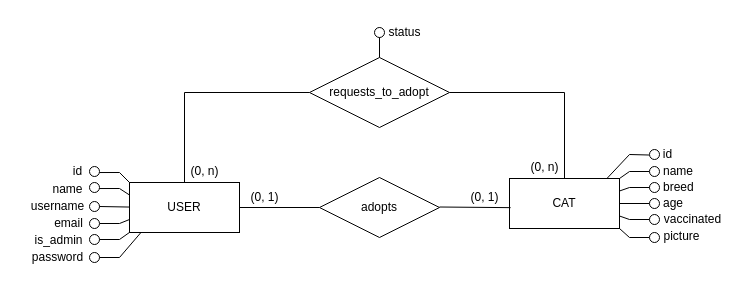
hdz-kevin/cat-adoptions keeps this draw.io diagram as docs/conceptual-db-design.drawio. Above is the earlier version. Source tidied: cells renumbered, new cells numbered last; positions are measured from the earlier drawing's top-left corner, leaving out a move shared by most shapes. Both pictures are drawn from the tidied source at 100%, with x=0, y=0 at pixel (17, 17).
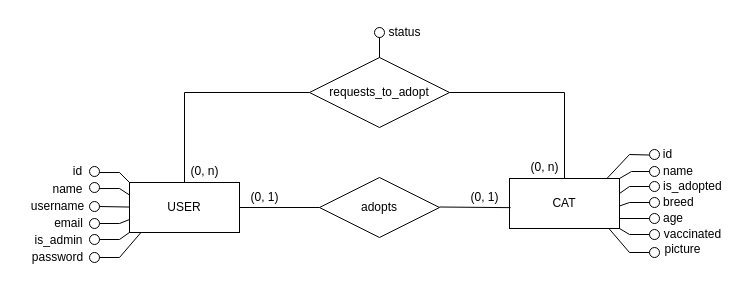
After the change.

Unchanged cells that the change refers to:
```xml
<mxCell id="19" value="CAT" style="rounded=0;whiteSpace=wrap;html=1;fillColor=none;" parent="1" vertex="1">
  <mxGeometry x="492" y="161" width="110" height="50" as="geometry" />
</mxCell>
<mxCell id="20" style="ellipse;whiteSpace=wrap;html=1;" parent="1" vertex="1">
  <mxGeometry x="632" y="149" width="10" height="10" as="geometry" />
</mxCell>
```

The edit, as a diff of the source:
```diff
@@
     <mxCell id="14" style="ellipse;whiteSpace=wrap;html=1;" parent="1" vertex="1">
-      <mxGeometry x="632" y="165" width="10" height="10" as="geometry" />
+      <mxGeometry x="632" y="180" width="10" height="10" as="geometry" />
     </mxCell>
-    <mxCell id="15" style="endArrow=none;html=1;rounded=0;exitX=1;exitY=0.25;exitDx=0;exitDy=0;entryX=0;entryY=0.5;entryDx=0;entryDy=0;" parent="1" edge="1" source="19" target="14">
+    <mxCell id="15" style="endArrow=none;html=1;rounded=0;exitX=1;exitY=0.25;exitDx=0;exitDy=0;entryX=0;entryY=0.5;entryDx=0;entryDy=0;" parent="1" edge="1" target="14">
       <mxGeometry relative="1" as="geometry">
+        <mxPoint x="602" y="188.5" as="sourcePoint" />
         <Array as="points">
-          <mxPoint x="612" y="170" />
+          <mxPoint x="612" y="185" />
         </Array>
       </mxGeometry>
     </mxCell>
-    <mxCell id="16" style="endArrow=none;html=1;rounded=0;exitX=1;exitY=0.75;exitDx=0;exitDy=0;entryX=0;entryY=0.5;entryDx=0;entryDy=0;" parent="1" edge="1" source="19" target="22">
+    <mxCell id="16" style="endArrow=none;html=1;rounded=0;exitX=1;exitY=1;exitDx=0;exitDy=0;entryX=0;entryY=0.5;entryDx=0;entryDy=0;" parent="1" edge="1" source="19" target="22">
       <mxGeometry relative="1" as="geometry">
         <Array as="points">
-          <mxPoint x="612" y="202" />
+          <mxPoint x="612" y="217" />
         </Array>
       </mxGeometry>
     </mxCell>
-    <mxCell id="17" style="endArrow=none;html=1;rounded=0;exitX=1;exitY=0.5;exitDx=0;exitDy=0;entryX=0;entryY=0.5;entryDx=0;entryDy=0;" parent="1" edge="1" source="19" target="21">
-      <mxGeometry relative="1" as="geometry" />
+    <mxCell id="17" style="endArrow=none;html=1;rounded=0;exitX=1;exitY=0.5;exitDx=0;exitDy=0;entryX=0;entryY=0.5;entryDx=0;entryDy=0;" parent="1" edge="1" target="21">
+      <mxGeometry relative="1" as="geometry">
+        <mxPoint x="602" y="201" as="sourcePoint" />
+      </mxGeometry>
     </mxCell>
-    <mxCell id="18" style="endArrow=none;html=1;rounded=0;exitX=0.985;exitY=0.713;exitDx=0;exitDy=0;exitPerimeter=0;entryX=0;entryY=0.5;entryDx=0;entryDy=0;" parent="1" edge="1" target="20">
+    <mxCell id="18" style="endArrow=none;html=1;rounded=0;exitX=0.985;exitY=0.713;exitDx=0;exitDy=0;exitPerimeter=0;entryX=0;entryY=0.5;entryDx=0;entryDy=0;" parent="1" edge="1">
       <mxGeometry relative="1" as="geometry">
-        <mxPoint x="602" y="161" as="sourcePoint" />
+        <mxPoint x="602" y="176" as="sourcePoint" />
+        <mxPoint x="632" y="169" as="targetPoint" />
         <Array as="points">
-          <mxPoint x="612" y="154" />
+          <mxPoint x="612" y="169" />
         </Array>
       </mxGeometry>
     </mxCell>
@@
     <mxCell id="21" style="ellipse;whiteSpace=wrap;html=1;" parent="1" vertex="1">
-      <mxGeometry x="632" y="181" width="10" height="10" as="geometry" />
+      <mxGeometry x="632" y="196" width="10" height="10" as="geometry" />
     </mxCell>
     <mxCell id="22" style="ellipse;whiteSpace=wrap;html=1;" parent="1" vertex="1">
-      <mxGeometry x="632" y="197" width="10" height="10" as="geometry" />
+      <mxGeometry x="632" y="212" width="10" height="10" as="geometry" />
     </mxCell>
@@
     <mxCell id="24" value="breed" style="text;html=1;align=left;verticalAlign=middle;strokeColor=none;fillColor=none;" parent="1" vertex="1">
-      <mxGeometry x="644" y="155" width="50" height="30" as="geometry" />
+      <mxGeometry x="644" y="170" width="50" height="30" as="geometry" />
     </mxCell>
     <mxCell id="25" value="age" style="text;html=1;align=left;verticalAlign=middle;strokeColor=none;fillColor=none;" parent="1" vertex="1">
-      <mxGeometry x="644" y="171" width="40" height="30" as="geometry" />
+      <mxGeometry x="644" y="186" width="40" height="30" as="geometry" />
     </mxCell>
     <mxCell id="26" value="vaccinated" style="text;html=1;align=center;verticalAlign=middle;strokeColor=none;fillColor=none;" parent="1" vertex="1">
-      <mxGeometry x="635" y="187" width="80" height="30" as="geometry" />
+      <mxGeometry x="635" y="202" width="80" height="30" as="geometry" />
     </mxCell>
@@
-    <mxCell id="50" style="endArrow=none;html=1;rounded=0;exitX=1;exitY=1;exitDx=0;exitDy=0;entryX=0;entryY=0.5;entryDx=0;entryDy=0;" parent="1" edge="1" source="19" target="51">
+    <mxCell id="50" style="endArrow=none;html=1;rounded=0;entryX=0;entryY=0.5;entryDx=0;entryDy=0;exitX=0.908;exitY=1.011;exitDx=0;exitDy=0;exitPerimeter=0;" parent="1" edge="1" source="19" target="51">
       <mxGeometry relative="1" as="geometry">
         <Array as="points">
-          <mxPoint x="612" y="220" />
+          <mxPoint x="612" y="235" />
         </Array>
       </mxGeometry>
     </mxCell>
     <mxCell id="51" style="ellipse;whiteSpace=wrap;html=1;" parent="1" vertex="1">
-      <mxGeometry x="632" y="215" width="10" height="10" as="geometry" />
+      <mxGeometry x="632" y="230" width="10" height="10" as="geometry" />
     </mxCell>
     <mxCell id="52" value="picture" style="text;html=1;align=center;verticalAlign=middle;strokeColor=none;fillColor=none;" parent="1" vertex="1">
-      <mxGeometry x="634" y="204" width="60" height="30" as="geometry" />
+      <mxGeometry x="635" y="217" width="60" height="30" as="geometry" />
     </mxCell>
@@
+    <mxCell id="54" style="endArrow=none;html=1;rounded=0;exitX=1;exitY=0;exitDx=0;exitDy=0;entryX=0;entryY=0.5;entryDx=0;entryDy=0;" parent="1" edge="1" source="19" target="20">
+      <mxGeometry relative="1" as="geometry">
+        <Array as="points">
+          <mxPoint x="614" y="154" />
+        </Array>
+      </mxGeometry>
+    </mxCell>
+    <mxCell id="55" style="ellipse;whiteSpace=wrap;html=1;" parent="1" vertex="1">
+      <mxGeometry x="632" y="164" width="10" height="10" as="geometry" />
+    </mxCell>
+    <mxCell id="56" value="is_adopted" style="text;html=1;align=left;verticalAlign=middle;strokeColor=none;fillColor=none;" parent="1" vertex="1">
+      <mxGeometry x="644" y="156" width="77" height="26" as="geometry" />
+    </mxCell>
```
